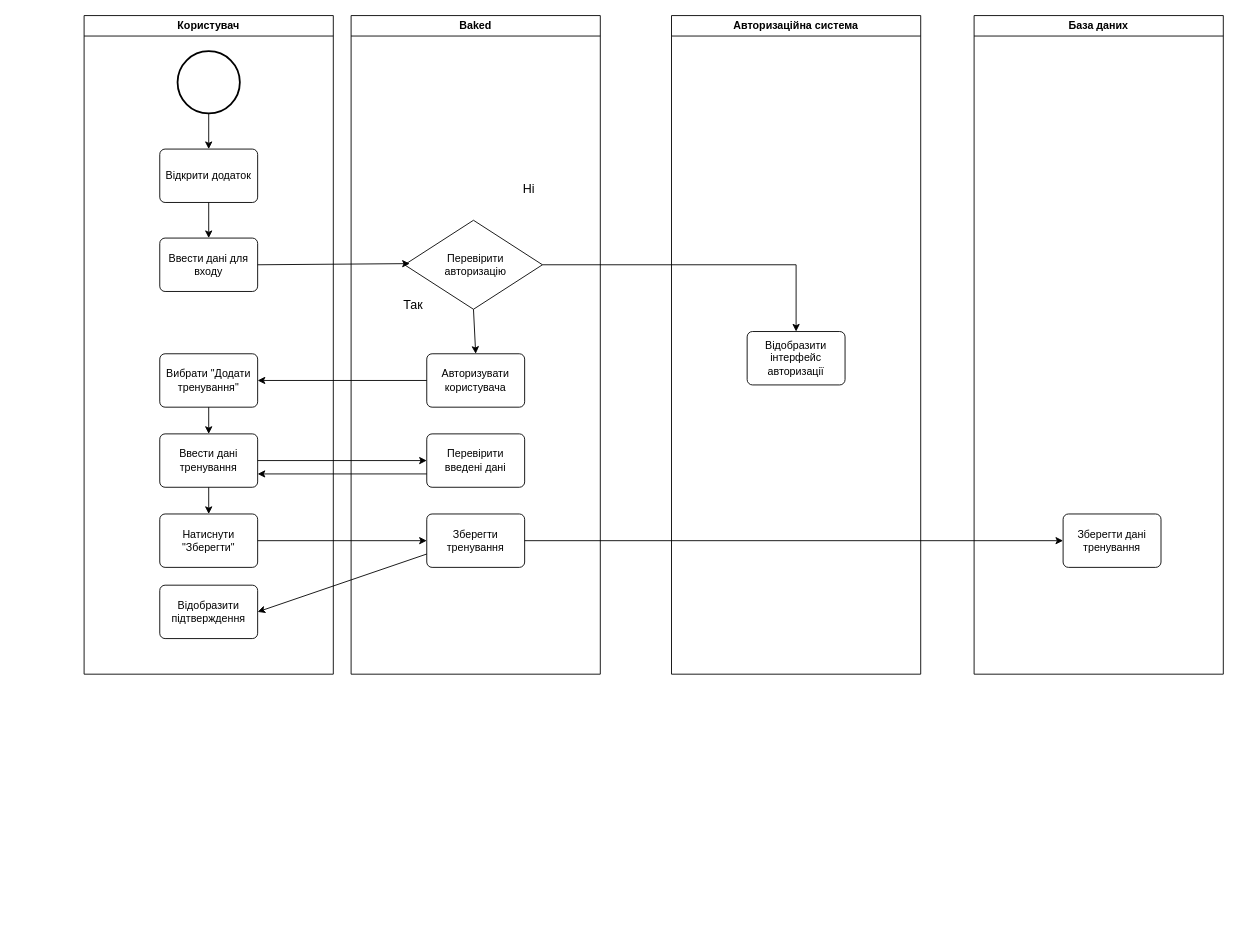
This is page "Страница — 10" (10 of 10) of Диаграмма без названия.drawio from Gorodny/Animation, a draw.io file, before an edit. Source tidied: cells renumbered, new cells numbered last; positions are measured from the earlier drawing's top-left corner, leaving out a move shared by most shapes. Both pictures are drawn from the tidied source at 89%, with x=0, y=0 at pixel (84, 15).
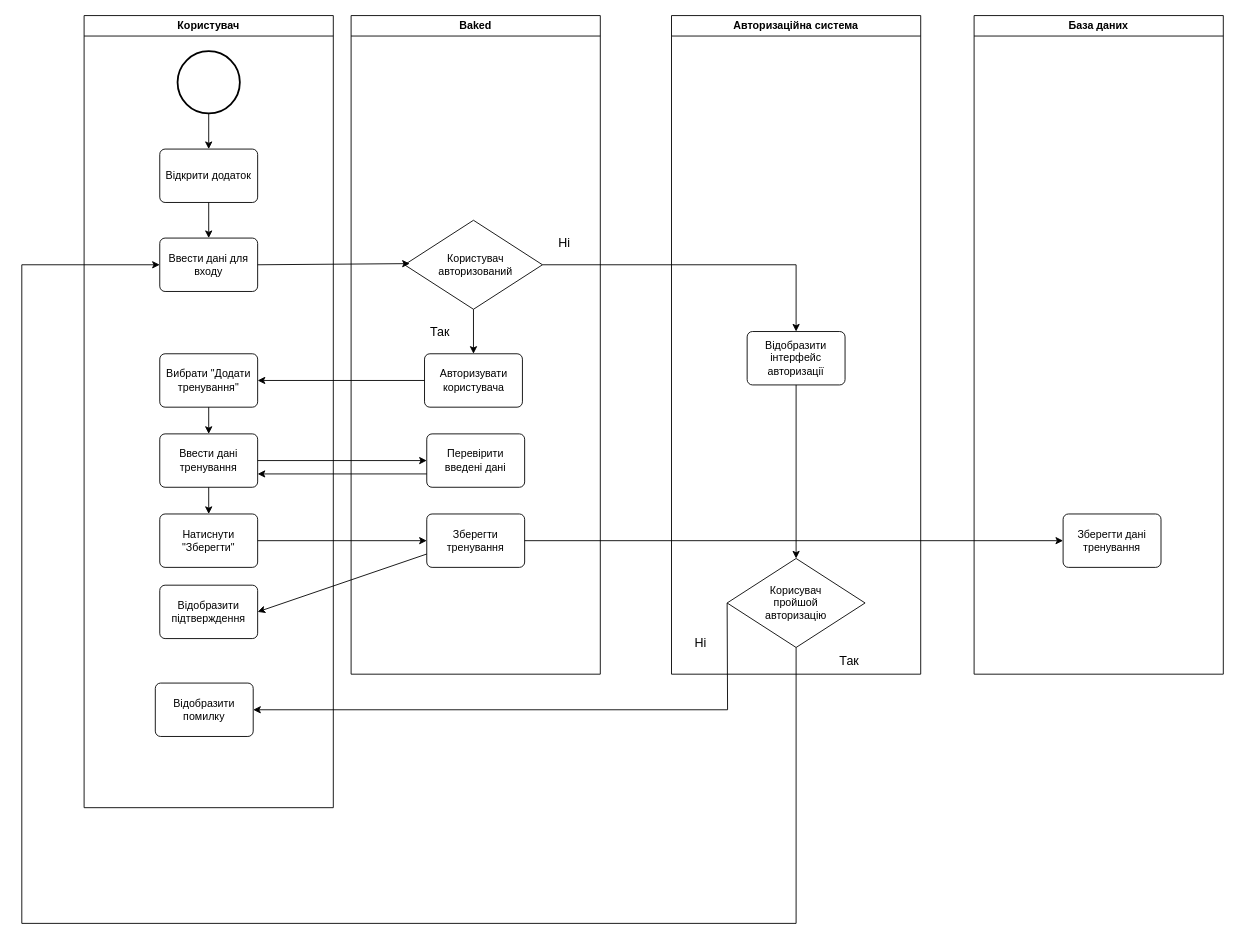
The same page after the edit.

Unchanged cells that the change refers to:
```xml
<mxCell id="4" value="Ввести дані для входу" style="rounded=1;arcSize=10;whiteSpace=wrap;html=1;align=center;" parent="2" vertex="1">
  <mxGeometry x="85" y="250" width="110" height="60" as="geometry" />
</mxCell>
<mxCell id="14" value="Baked" style="swimlane;whiteSpace=wrap;html=1;" parent="1" vertex="1">
  <mxGeometry x="300" width="280" height="740" as="geometry" />
</mxCell>
<mxCell id="26" value="Авторизаційна система" style="swimlane;whiteSpace=wrap;html=1;" parent="1" vertex="1">
  <mxGeometry x="660" width="280" height="740" as="geometry" />
</mxCell>
<mxCell id="27" value="Відобразити інтерфейс авторизації" style="rounded=1;arcSize=10;whiteSpace=wrap;html=1;align=center;" parent="26" vertex="1">
  <mxGeometry x="85" y="355" width="110" height="60" as="geometry" />
</mxCell>
```

What changed in the source:
```diff
@@
     <mxCell id="2" value="Користувач" style="swimlane;whiteSpace=wrap;html=1;" parent="1" vertex="1">
-      <mxGeometry width="280" height="740" as="geometry" />
+      <mxGeometry width="280" height="890" as="geometry" />
     </mxCell>
@@
+    <mxCell id="35" value="Відобразити помилку" style="rounded=1;arcSize=10;whiteSpace=wrap;html=1;align=center;" parent="2" vertex="1">
+      <mxGeometry x="80" y="750" width="110" height="60" as="geometry" />
+    </mxCell>
@@
     <mxCell id="15" value="Авторизувати користувача" style="rounded=1;arcSize=10;whiteSpace=wrap;html=1;align=center;" parent="14" vertex="1">
-      <mxGeometry x="85" y="380" width="110" height="60" as="geometry" />
+      <mxGeometry x="82.5" y="380" width="110" height="60" as="geometry" />
     </mxCell>
@@
-    <mxCell id="19" value="Перевірити авторизацію" style="text;html=1;align=center;verticalAlign=middle;whiteSpace=wrap;rounded=0;" parent="14" vertex="1">
+    <mxCell id="19" value="Користувач авторизований" style="text;html=1;align=center;verticalAlign=middle;whiteSpace=wrap;rounded=0;" parent="14" vertex="1">
       <mxGeometry x="110" y="265" width="60" height="30" as="geometry" />
     </mxCell>
     <mxCell id="20" value="&lt;font style=&quot;font-size: 14px;&quot;&gt;Так&lt;/font&gt;" style="text;html=1;align=center;verticalAlign=middle;whiteSpace=wrap;rounded=0;" parent="14" vertex="1">
-      <mxGeometry x="40" y="310" width="60" height="30" as="geometry" />
+      <mxGeometry x="70" y="340" width="60" height="30" as="geometry" />
     </mxCell>
     <mxCell id="21" value="&lt;font style=&quot;font-size: 14px;&quot;&gt;Ні&lt;/font&gt;" style="text;html=1;align=center;verticalAlign=middle;whiteSpace=wrap;rounded=0;" parent="14" vertex="1">
-      <mxGeometry x="170" y="180" width="60" height="30" as="geometry" />
+      <mxGeometry x="210" y="240" width="60" height="30" as="geometry" />
     </mxCell>
@@
+    <mxCell id="36" style="rhombus;whiteSpace=wrap;html=1;" parent="26" vertex="1">
+      <mxGeometry x="62.5" y="610" width="155" height="100" as="geometry" />
+    </mxCell>
+    <mxCell id="37" value="Корисувач пройшой авторизацію" style="text;html=1;align=center;verticalAlign=middle;whiteSpace=wrap;rounded=0;" parent="26" vertex="1">
+      <mxGeometry x="110" y="645" width="60" height="30" as="geometry" />
+    </mxCell>
+    <mxCell id="38" style="endArrow=classic;html=1;rounded=0;exitX=0.5;exitY=1;exitDx=0;exitDy=0;entryX=0.5;entryY=0;entryDx=0;entryDy=0;" parent="26" edge="1" source="27" target="36">
+      <mxGeometry relative="1" as="geometry" />
+    </mxCell>
+    <mxCell id="39" value="&lt;font style=&quot;font-size: 14px;&quot;&gt;Ні&lt;/font&gt;" style="text;html=1;align=center;verticalAlign=middle;whiteSpace=wrap;rounded=0;" parent="26" vertex="1">
+      <mxGeometry x="2.5" y="690" width="60" height="30" as="geometry" />
+    </mxCell>
+    <mxCell id="40" value="&lt;font style=&quot;font-size: 14px;&quot;&gt;Так&lt;/font&gt;" style="text;html=1;align=center;verticalAlign=middle;whiteSpace=wrap;rounded=0;" parent="26" vertex="1">
+      <mxGeometry x="170" y="710" width="60" height="30" as="geometry" />
+    </mxCell>
@@
+    <mxCell id="41" style="endArrow=classic;html=1;rounded=0;exitX=0;exitY=0.5;exitDx=0;exitDy=0;entryX=1;entryY=0.5;entryDx=0;entryDy=0;" parent="1" edge="1" source="36" target="35">
+      <mxGeometry relative="1" as="geometry">
+        <Array as="points">
+          <mxPoint x="723" y="780" />
+        </Array>
+      </mxGeometry>
+    </mxCell>
+    <mxCell id="42" style="endArrow=classic;html=1;rounded=0;exitX=0.5;exitY=1;exitDx=0;exitDy=0;entryX=0;entryY=0.5;entryDx=0;entryDy=0;" parent="1" edge="1" source="36" target="4">
+      <mxGeometry relative="1" as="geometry">
+        <Array as="points">
+          <mxPoint x="800" y="1020" />
+          <mxPoint x="-70" y="1020" />
+          <mxPoint x="-70" y="280" />
+        </Array>
+      </mxGeometry>
+    </mxCell>
```
